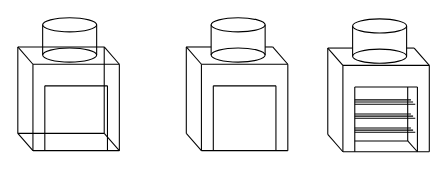
Above: Lab_report/exp_diagram_1.0.drawio in TheDoktorr/LATEX_projects (draw.io), before the change. Source tidied: cells renumbered, new cells numbered last; positions are measured from the earlier drawing's top-left corner, leaving out a move shared by most shapes. Both pictures are drawn from the tidied source at 108%, with x=0, y=0 at pixel (17, 17).
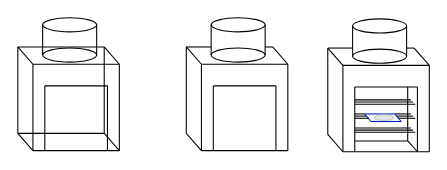
The same page after the edit.

The edit, as a diff of the source:
```diff
@@
+    <mxCell id="67" style="endArrow=none;html=1;rounded=0;fontSize=12;startSize=8;endSize=8;curved=1;" parent="1" edge="1">
+      <mxGeometry relative="1" as="geometry">
+        <mxPoint x="312" y="89" as="sourcePoint" />
+        <mxPoint x="321" y="89" as="targetPoint" />
+      </mxGeometry>
+    </mxCell>
+    <mxCell id="68" style="endArrow=none;html=1;rounded=0;fontSize=12;startSize=8;endSize=8;curved=1;" parent="1" edge="1">
+      <mxGeometry relative="1" as="geometry">
+        <mxPoint x="312" y="93" as="sourcePoint" />
+        <mxPoint x="325" y="93" as="targetPoint" />
+      </mxGeometry>
+    </mxCell>
+    <mxCell id="69" style="endArrow=none;html=1;rounded=0;fontSize=12;startSize=8;endSize=8;curved=1;" parent="1" edge="1">
+      <mxGeometry relative="1" as="geometry">
+        <mxPoint x="351" y="91" as="sourcePoint" />
+        <mxPoint x="366" y="91" as="targetPoint" />
+      </mxGeometry>
+    </mxCell>
@@
     <mxCell id="61" style="endArrow=none;html=1;rounded=0;fontSize=12;startSize=8;endSize=8;curved=1;" parent="1" edge="1">
       <mxGeometry relative="1" as="geometry">
         <mxPoint x="312" y="91" as="sourcePoint" />
-        <mxPoint x="366" y="91" as="targetPoint" />
+        <mxPoint x="323" y="91" as="targetPoint" />
       </mxGeometry>
     </mxCell>
     <mxCell id="62" style="endArrow=none;html=1;rounded=0;fontSize=12;startSize=8;endSize=8;curved=1;" parent="1" edge="1">
       <mxGeometry relative="1" as="geometry">
-        <mxPoint x="312" y="93" as="sourcePoint" />
+        <mxPoint x="352" y="93" as="sourcePoint" />
         <mxPoint x="368" y="93" as="targetPoint" />
       </mxGeometry>
     </mxCell>
     <mxCell id="63" style="endArrow=none;html=1;rounded=0;fontSize=12;startSize=8;endSize=8;curved=1;" parent="1" edge="1">
       <mxGeometry relative="1" as="geometry">
-        <mxPoint x="312" y="89" as="sourcePoint" />
+        <mxPoint x="349" y="89" as="sourcePoint" />
         <mxPoint x="364" y="89" as="targetPoint" />
       </mxGeometry>
     </mxCell>
@@
+    <mxCell id="70" style="endArrow=none;html=1;rounded=0;fontSize=12;startSize=8;endSize=8;curved=1;fillColor=#0050ef;strokeColor=#001DBC;" parent="1" edge="1">
+      <mxGeometry relative="1" as="geometry">
+        <mxPoint x="327" y="96" as="sourcePoint" />
+        <mxPoint x="355" y="96" as="targetPoint" />
+      </mxGeometry>
+    </mxCell>
+    <mxCell id="71" style="endArrow=none;html=1;rounded=0;fontSize=12;startSize=8;endSize=8;curved=1;fillColor=#0050ef;strokeColor=#001DBC;" parent="1" edge="1">
+      <mxGeometry relative="1" as="geometry">
+        <mxPoint x="321" y="89" as="sourcePoint" />
+        <mxPoint x="349" y="89" as="targetPoint" />
+      </mxGeometry>
+    </mxCell>
+    <mxCell id="72" style="endArrow=none;html=1;rounded=0;fontSize=12;startSize=8;endSize=8;curved=1;fillColor=#0050ef;strokeColor=#001DBC;" parent="1" edge="1">
+      <mxGeometry relative="1" as="geometry">
+        <mxPoint x="349" y="89" as="sourcePoint" />
+        <mxPoint x="355" y="96" as="targetPoint" />
+      </mxGeometry>
+    </mxCell>
+    <mxCell id="73" style="endArrow=none;html=1;rounded=0;fontSize=12;startSize=8;endSize=8;curved=1;fillColor=#0050ef;strokeColor=#001DBC;" parent="1" edge="1">
+      <mxGeometry relative="1" as="geometry">
+        <mxPoint x="321" y="89" as="sourcePoint" />
+        <mxPoint x="327" y="96" as="targetPoint" />
+      </mxGeometry>
+    </mxCell>
+    <mxCell id="74" style="ellipse;whiteSpace=wrap;html=1;fillStyle=solid;fillColor=#E6E6E6;strokeColor=#CCCCCC;" parent="1" vertex="1">
+      <mxGeometry x="330" y="90" width="18" height="5" as="geometry" />
+    </mxCell>
```
